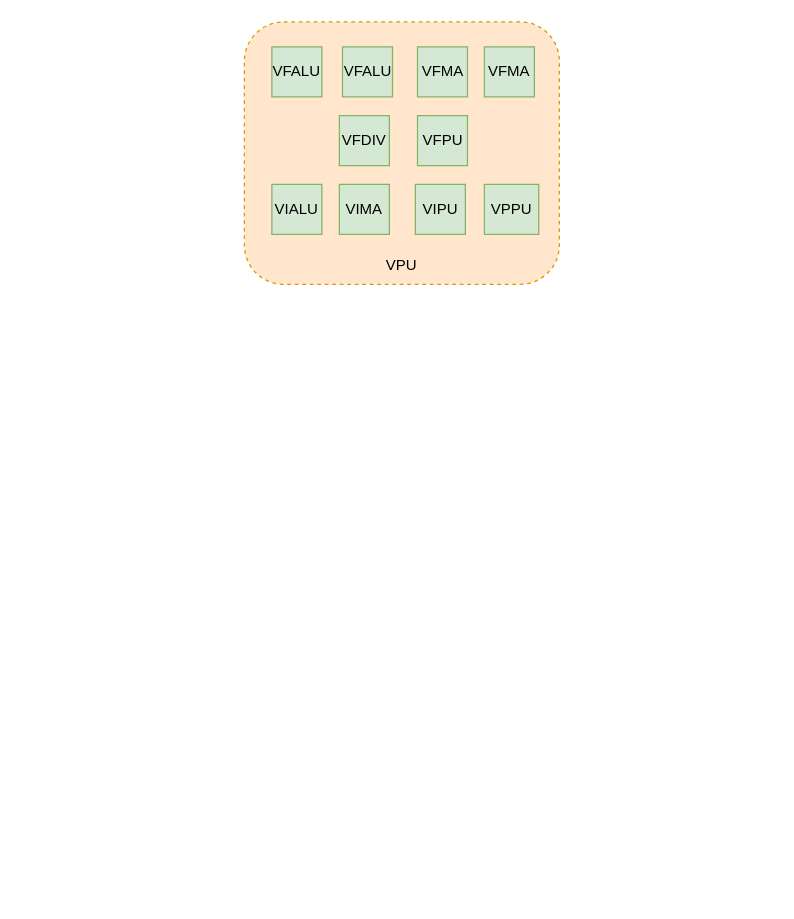
Above: vector4.drawio in Ziyue-Zhang/draw_picture (draw.io), before the change. Source tidied: cells renumbered, new cells numbered last; positions are measured from the earlier drawing's top-left corner, leaving out a move shared by most shapes. Both pictures are drawn from the tidied source at 125%, with x=0, y=0 at pixel (244, 21).
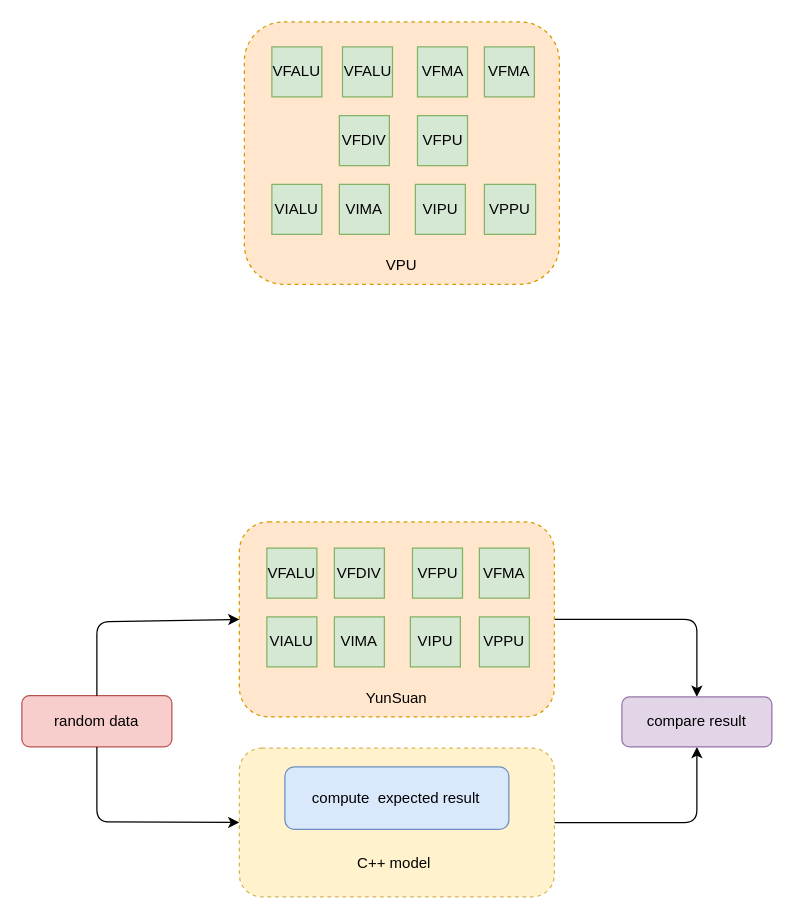
The same diagram, later.

Change to the diagram source:
```diff
@@
+    <mxCell id="14" style="edgeStyle=orthogonalEdgeStyle;rounded=1;jettySize=auto;html=1;exitX=1;exitY=0.5;exitDx=0;exitDy=0;entryX=0.5;entryY=1;entryDx=0;entryDy=0;" parent="1" edge="1" source="15" target="29">
+      <mxGeometry relative="1" as="geometry" />
+    </mxCell>
+    <mxCell id="15" style="rounded=1;whiteSpace=wrap;html=1;dashed=1;fillColor=#fff2cc;strokeColor=#d6b656;" parent="1" vertex="1">
+      <mxGeometry x="-4" y="581" width="252" height="119" as="geometry" />
+    </mxCell>
@@
     <mxCell id="9" value="VPPU" style="rounded=0;whiteSpace=wrap;html=1;fillColor=#d5e8d4;strokeColor=#82b366;" parent="1" vertex="1">
-      <mxGeometry x="192" y="130" width="43.5" height="40" as="geometry" />
+      <mxGeometry x="192" y="130" width="41" height="40" as="geometry" />
     </mxCell>
@@
+    <mxCell id="16" style="edgeStyle=orthogonalEdgeStyle;rounded=1;jettySize=auto;html=1;exitX=1;exitY=0.5;exitDx=0;exitDy=0;entryX=0.5;entryY=0;entryDx=0;entryDy=0;" parent="1" edge="1" source="17" target="29">
+      <mxGeometry relative="1" as="geometry" />
+    </mxCell>
+    <mxCell id="17" style="rounded=1;whiteSpace=wrap;html=1;dashed=1;fillColor=#ffe6cc;strokeColor=#d79b00;" parent="1" vertex="1">
+      <mxGeometry x="-4" y="400" width="252" height="156" as="geometry" />
+    </mxCell>
+    <mxCell id="18" value="VIMA" style="rounded=0;whiteSpace=wrap;html=1;fillColor=#d5e8d4;strokeColor=#82b366;" parent="1" vertex="1">
+      <mxGeometry x="72" y="476" width="40" height="40" as="geometry" />
+    </mxCell>
+    <mxCell id="19" value="YunSuan" style="text;html=1;strokeColor=none;fillColor=none;align=center;verticalAlign=middle;whiteSpace=wrap;rounded=0;" parent="1" vertex="1">
+      <mxGeometry x="92" y="526" width="60" height="30" as="geometry" />
+    </mxCell>
+    <mxCell id="20" value="VFALU" style="rounded=0;whiteSpace=wrap;html=1;fillColor=#d5e8d4;strokeColor=#82b366;" parent="1" vertex="1">
+      <mxGeometry x="18" y="421" width="40" height="40" as="geometry" />
+    </mxCell>
+    <mxCell id="21" value="VFMA" style="rounded=0;whiteSpace=wrap;html=1;fillColor=#d5e8d4;strokeColor=#82b366;" parent="1" vertex="1">
+      <mxGeometry x="188" y="421" width="40" height="40" as="geometry" />
+    </mxCell>
+    <mxCell id="22" value="VFDIV" style="rounded=0;whiteSpace=wrap;html=1;fillColor=#d5e8d4;strokeColor=#82b366;" parent="1" vertex="1">
+      <mxGeometry x="72" y="421" width="40" height="40" as="geometry" />
+    </mxCell>
+    <mxCell id="23" value="VPPU" style="rounded=0;whiteSpace=wrap;html=1;fillColor=#d5e8d4;strokeColor=#82b366;" parent="1" vertex="1">
+      <mxGeometry x="188" y="476" width="40" height="40" as="geometry" />
+    </mxCell>
+    <mxCell id="24" value="VIPU" style="rounded=0;whiteSpace=wrap;html=1;fillColor=#d5e8d4;strokeColor=#82b366;" parent="1" vertex="1">
+      <mxGeometry x="132.8" y="476" width="40" height="40" as="geometry" />
+    </mxCell>
+    <mxCell id="25" value="VIALU" style="rounded=0;whiteSpace=wrap;html=1;fillColor=#d5e8d4;strokeColor=#82b366;" parent="1" vertex="1">
+      <mxGeometry x="18" y="476" width="40" height="40" as="geometry" />
+    </mxCell>
+    <mxCell id="26" value="VFPU" style="rounded=0;whiteSpace=wrap;html=1;fillColor=#d5e8d4;strokeColor=#82b366;" parent="1" vertex="1">
+      <mxGeometry x="134.5" y="421" width="40" height="40" as="geometry" />
+    </mxCell>
+    <mxCell id="27" value="random data" style="rounded=1;whiteSpace=wrap;html=1;fillColor=#f8cecc;strokeColor=#b85450;" parent="1" vertex="1">
+      <mxGeometry x="-178" y="539" width="120" height="41" as="geometry" />
+    </mxCell>
+    <mxCell id="28" value="compute &amp;nbsp;expected result" style="rounded=1;whiteSpace=wrap;html=1;fillColor=#dae8fc;strokeColor=#6c8ebf;" parent="1" vertex="1">
+      <mxGeometry x="32.4" y="596" width="179.2" height="50" as="geometry" />
+    </mxCell>
+    <mxCell id="29" value="compare result" style="rounded=1;whiteSpace=wrap;html=1;fillColor=#e1d5e7;strokeColor=#9673a6;" parent="1" vertex="1">
+      <mxGeometry x="302" y="540" width="120" height="40" as="geometry" />
+    </mxCell>
+    <mxCell id="30" value="C++ model" style="text;html=1;strokeColor=none;fillColor=none;align=center;verticalAlign=middle;whiteSpace=wrap;rounded=0;" parent="1" vertex="1">
+      <mxGeometry x="86" y="658" width="68" height="30" as="geometry" />
+    </mxCell>
+    <mxCell id="31" style="endArrow=classic;html=1;rounded=1;exitX=0.5;exitY=0;exitDx=0;exitDy=0;entryX=0;entryY=0.5;entryDx=0;entryDy=0;" parent="1" edge="1" source="27" target="17">
+      <mxGeometry relative="1" as="geometry">
+        <Array as="points">
+          <mxPoint x="-118" y="480" />
+        </Array>
+      </mxGeometry>
+    </mxCell>
+    <mxCell id="32" style="endArrow=classic;html=1;rounded=1;exitX=0.5;exitY=1;exitDx=0;exitDy=0;entryX=0;entryY=0.5;entryDx=0;entryDy=0;" parent="1" edge="1" source="27" target="15">
+      <mxGeometry relative="1" as="geometry">
+        <Array as="points">
+          <mxPoint x="-118" y="640" />
+        </Array>
+      </mxGeometry>
+    </mxCell>
```
